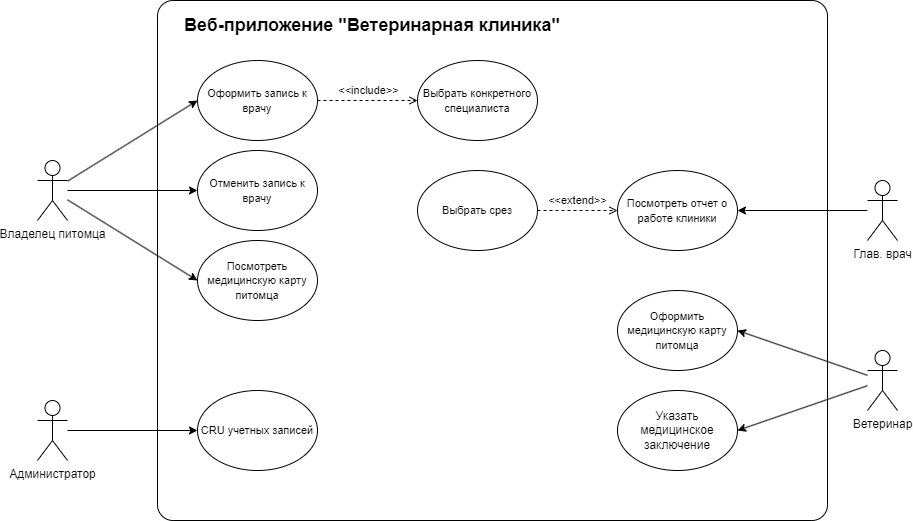
The draw.io diagram Schemes/Диаграмма_вариантов_использования.png in ds-vs/vet-clinic, before a commit. Source tidied: cells renumbered, new cells last; positions are measured from the earlier drawing's top-left corner, leaving out a move shared by most shapes. Source of this version:
```xml
<mxGraphModel>
  <root>
    <mxCell id="0" />
    <mxCell id="1" value="Слой без названия" parent="0" />
    <mxCell id="2" value="Зона действия" parent="0" />
    <mxCell id="3" style="whiteSpace=wrap;html=1;rounded=1;arcSize=3;labelBackgroundColor=none;" parent="2" vertex="1">
      <mxGeometry x="120" width="670" height="520" as="geometry" />
    </mxCell>
    <mxCell id="4" value="&lt;h2&gt;Веб-приложение &quot;Ветеринарная клиника&quot;&lt;/h2&gt;" style="text;html=1;strokeColor=none;fillColor=none;align=center;verticalAlign=middle;whiteSpace=wrap;rounded=0;labelBackgroundColor=none;" parent="2" vertex="1">
      <mxGeometry x="120" y="10" width="430" height="30" as="geometry" />
    </mxCell>
    <mxCell id="5" value="Элементы" parent="0" />
    <mxCell id="6" style="rounded=0;jettySize=auto;html=1;entryX=1;entryY=0.5;entryDx=0;entryDy=0;" parent="5" edge="1" source="8" target="22">
      <mxGeometry relative="1" as="geometry" />
    </mxCell>
    <mxCell id="7" style="rounded=0;jettySize=auto;html=1;entryX=1;entryY=0.5;entryDx=0;entryDy=0;" parent="5" edge="1" source="8" target="24">
      <mxGeometry relative="1" as="geometry" />
    </mxCell>
    <mxCell id="8" value="Ветеринар" style="shape=umlActor;verticalLabelPosition=bottom;verticalAlign=top;html=1;outlineConnect=0;labelBackgroundColor=none;" parent="5" vertex="1">
      <mxGeometry x="830" y="350" width="30" height="60" as="geometry" />
    </mxCell>
    <mxCell id="9" style="rounded=0;jettySize=auto;html=1;entryX=0;entryY=0.5;entryDx=0;entryDy=0;" parent="5" edge="1" source="12" target="15">
      <mxGeometry relative="1" as="geometry" />
    </mxCell>
    <mxCell id="10" style="rounded=0;jettySize=auto;html=1;entryX=0;entryY=0.5;entryDx=0;entryDy=0;" parent="5" edge="1" source="12" target="23">
      <mxGeometry relative="1" as="geometry" />
    </mxCell>
    <mxCell id="11" style="rounded=0;jettySize=auto;html=1;entryX=0;entryY=0.5;entryDx=0;entryDy=0;" parent="5" edge="1" source="12" target="17">
      <mxGeometry relative="1" as="geometry" />
    </mxCell>
    <mxCell id="12" value="Владелец питомца" style="shape=umlActor;verticalLabelPosition=bottom;verticalAlign=top;html=1;outlineConnect=0;labelBackgroundColor=none;" parent="5" vertex="1">
      <mxGeometry y="160" width="30" height="60" as="geometry" />
    </mxCell>
    <mxCell id="13" style="rounded=0;jettySize=auto;html=1;entryX=1;entryY=0.5;entryDx=0;entryDy=0;" parent="5" edge="1" source="14" target="19">
      <mxGeometry relative="1" as="geometry" />
    </mxCell>
    <mxCell id="14" value="Глав. врач" style="shape=umlActor;verticalLabelPosition=bottom;verticalAlign=top;html=1;outlineConnect=0;labelBackgroundColor=none;" parent="5" vertex="1">
      <mxGeometry x="830" y="180" width="30" height="60" as="geometry" />
    </mxCell>
    <mxCell id="15" value="&lt;font style=&quot;font-size: 11px;&quot;&gt;Оформить запись к врачу&lt;/font&gt;" style="ellipse;whiteSpace=wrap;html=1;labelBackgroundColor=none;" parent="5" vertex="1">
      <mxGeometry x="160" y="60" width="120" height="80" as="geometry" />
    </mxCell>
    <mxCell id="16" value="&lt;font style=&quot;font-size: 11px;&quot;&gt;Выбрать конкретного специалиста&lt;/font&gt;" style="ellipse;whiteSpace=wrap;html=1;labelBackgroundColor=none;" parent="5" vertex="1">
      <mxGeometry x="380" y="60" width="120" height="80" as="geometry" />
    </mxCell>
    <mxCell id="17" value="&lt;font style=&quot;font-size: 11px;&quot;&gt;Посмотреть медицинскую карту питомца&lt;/font&gt;" style="ellipse;whiteSpace=wrap;html=1;labelBackgroundColor=none;" parent="5" vertex="1">
      <mxGeometry x="160" y="240" width="120" height="80" as="geometry" />
    </mxCell>
    <mxCell id="18" value="&amp;lt;&amp;lt;include&amp;gt;&amp;gt;" style="edgeStyle=orthogonalEdgeStyle;rounded=0;jettySize=auto;html=1;exitX=1;exitY=0.5;exitDx=0;exitDy=0;entryX=0;entryY=0.5;entryDx=0;entryDy=0;dashed=1;endArrow=open;endFill=0;labelBackgroundColor=none;fontColor=default;" parent="5" edge="1" source="15" target="16">
      <mxGeometry y="10" relative="1" as="geometry" />
    </mxCell>
    <mxCell id="19" value="&lt;font style=&quot;font-size: 11px;&quot;&gt;Посмотреть отчет о работе клиники&lt;/font&gt;" style="ellipse;whiteSpace=wrap;html=1;labelBackgroundColor=none;" parent="5" vertex="1">
      <mxGeometry x="580" y="170" width="120" height="80" as="geometry" />
    </mxCell>
    <mxCell id="20" value="&lt;font style=&quot;font-size: 11px;&quot;&gt;Выбрать срез&lt;/font&gt;" style="ellipse;whiteSpace=wrap;html=1;" parent="5" vertex="1">
      <mxGeometry x="380" y="170" width="120" height="80" as="geometry" />
    </mxCell>
    <mxCell id="21" value="&amp;lt;&amp;lt;extend&amp;gt;&amp;gt;" style="edgeStyle=orthogonalEdgeStyle;rounded=0;jettySize=auto;html=1;exitX=1;exitY=0.5;exitDx=0;exitDy=0;entryX=0;entryY=0.5;entryDx=0;entryDy=0;dashed=1;endArrow=open;endFill=0;labelBackgroundColor=none;fontColor=default;" parent="5" edge="1" source="20" target="19">
      <mxGeometry y="10" relative="1" as="geometry" />
    </mxCell>
    <mxCell id="22" value="&lt;span style=&quot;font-size: 11px;&quot;&gt;Оформить медицинскую карту питомца&lt;/span&gt;" style="ellipse;whiteSpace=wrap;html=1;labelBackgroundColor=none;" parent="5" vertex="1">
      <mxGeometry x="580" y="290" width="120" height="80" as="geometry" />
    </mxCell>
    <mxCell id="23" value="&lt;font style=&quot;font-size: 11px;&quot;&gt;Отменить запись к врачу&lt;/font&gt;" style="ellipse;whiteSpace=wrap;html=1;labelBackgroundColor=none;" parent="5" vertex="1">
      <mxGeometry x="160" y="150" width="120" height="80" as="geometry" />
    </mxCell>
    <mxCell id="24" value="Указать медицинское заключение" style="ellipse;whiteSpace=wrap;html=1;" parent="5" vertex="1">
      <mxGeometry x="580" y="390" width="120" height="80" as="geometry" />
    </mxCell>
    <mxCell id="25" style="edgeStyle=orthogonalEdgeStyle;rounded=0;jettySize=auto;html=1;entryX=0;entryY=0.5;entryDx=0;entryDy=0;" parent="5" edge="1" source="26" target="27">
      <mxGeometry relative="1" as="geometry" />
    </mxCell>
    <mxCell id="26" value="Администратор" style="shape=umlActor;verticalLabelPosition=bottom;verticalAlign=top;html=1;outlineConnect=0;labelBackgroundColor=none;" parent="5" vertex="1">
      <mxGeometry y="400" width="30" height="60" as="geometry" />
    </mxCell>
    <mxCell id="27" value="&lt;font style=&quot;font-size: 11px;&quot;&gt;CRU учетных записей&lt;/font&gt;" style="ellipse;whiteSpace=wrap;html=1;labelBackgroundColor=none;" parent="5" vertex="1">
      <mxGeometry x="160" y="390" width="120" height="80" as="geometry" />
    </mxCell>
  </root>
</mxGraphModel>
```
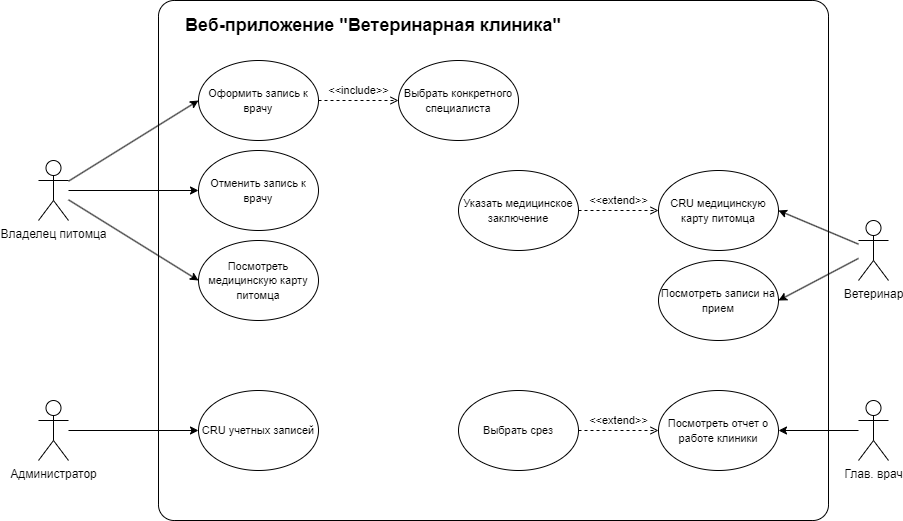
The same file after the commit.

Commit message:
Изменена Use Case диаграмма.

The edit, as a diff of the source:
```diff
@@ -13,11 +13,11 @@
     <mxCell id="6" style="rounded=0;jettySize=auto;html=1;entryX=1;entryY=0.5;entryDx=0;entryDy=0;" parent="5" edge="1" source="8" target="22">
       <mxGeometry relative="1" as="geometry" />
     </mxCell>
-    <mxCell id="7" style="rounded=0;jettySize=auto;html=1;entryX=1;entryY=0.5;entryDx=0;entryDy=0;" parent="5" edge="1" source="8" target="24">
-      <mxGeometry relative="1" as="geometry" />
-    </mxCell>
+    <mxCell id="28" style="rounded=0;jettySize=auto;html=1;entryX=1;entryY=0.5;entryDx=0;entryDy=0;" parent="5" edge="1" source="8" target="30">
+      <mxGeometry relative="1" as="geometry" />
+    </mxCell>
     <mxCell id="8" value="Ветеринар" style="shape=umlActor;verticalLabelPosition=bottom;verticalAlign=top;html=1;outlineConnect=0;labelBackgroundColor=none;" parent="5" vertex="1">
-      <mxGeometry x="830" y="350" width="30" height="60" as="geometry" />
+      <mxGeometry x="820" y="220" width="30" height="60" as="geometry" />
     </mxCell>
     <mxCell id="9" style="rounded=0;jettySize=auto;html=1;entryX=0;entryY=0.5;entryDx=0;entryDy=0;" parent="5" edge="1" source="12" target="15">
       <mxGeometry relative="1" as="geometry" />
@@ -35,13 +35,13 @@
       <mxGeometry relative="1" as="geometry" />
     </mxCell>
     <mxCell id="14" value="Глав. врач" style="shape=umlActor;verticalLabelPosition=bottom;verticalAlign=top;html=1;outlineConnect=0;labelBackgroundColor=none;" parent="5" vertex="1">
-      <mxGeometry x="830" y="180" width="30" height="60" as="geometry" />
+      <mxGeometry x="820" y="400" width="30" height="60" as="geometry" />
     </mxCell>
     <mxCell id="15" value="&lt;font style=&quot;font-size: 11px;&quot;&gt;Оформить запись к врачу&lt;/font&gt;" style="ellipse;whiteSpace=wrap;html=1;labelBackgroundColor=none;" parent="5" vertex="1">
       <mxGeometry x="160" y="60" width="120" height="80" as="geometry" />
     </mxCell>
     <mxCell id="16" value="&lt;font style=&quot;font-size: 11px;&quot;&gt;Выбрать конкретного специалиста&lt;/font&gt;" style="ellipse;whiteSpace=wrap;html=1;labelBackgroundColor=none;" parent="5" vertex="1">
-      <mxGeometry x="380" y="60" width="120" height="80" as="geometry" />
+      <mxGeometry x="360" y="60" width="120" height="80" as="geometry" />
     </mxCell>
     <mxCell id="17" value="&lt;font style=&quot;font-size: 11px;&quot;&gt;Посмотреть медицинскую карту питомца&lt;/font&gt;" style="ellipse;whiteSpace=wrap;html=1;labelBackgroundColor=none;" parent="5" vertex="1">
       <mxGeometry x="160" y="240" width="120" height="80" as="geometry" />
@@ -50,22 +50,22 @@
       <mxGeometry y="10" relative="1" as="geometry" />
     </mxCell>
     <mxCell id="19" value="&lt;font style=&quot;font-size: 11px;&quot;&gt;Посмотреть отчет о работе клиники&lt;/font&gt;" style="ellipse;whiteSpace=wrap;html=1;labelBackgroundColor=none;" parent="5" vertex="1">
-      <mxGeometry x="580" y="170" width="120" height="80" as="geometry" />
+      <mxGeometry x="620" y="390" width="120" height="80" as="geometry" />
     </mxCell>
     <mxCell id="20" value="&lt;font style=&quot;font-size: 11px;&quot;&gt;Выбрать срез&lt;/font&gt;" style="ellipse;whiteSpace=wrap;html=1;" parent="5" vertex="1">
-      <mxGeometry x="380" y="170" width="120" height="80" as="geometry" />
+      <mxGeometry x="420" y="390" width="120" height="80" as="geometry" />
     </mxCell>
     <mxCell id="21" value="&amp;lt;&amp;lt;extend&amp;gt;&amp;gt;" style="edgeStyle=orthogonalEdgeStyle;rounded=0;jettySize=auto;html=1;exitX=1;exitY=0.5;exitDx=0;exitDy=0;entryX=0;entryY=0.5;entryDx=0;entryDy=0;dashed=1;endArrow=open;endFill=0;labelBackgroundColor=none;fontColor=default;" parent="5" edge="1" source="20" target="19">
       <mxGeometry y="10" relative="1" as="geometry" />
     </mxCell>
-    <mxCell id="22" value="&lt;span style=&quot;font-size: 11px;&quot;&gt;Оформить медицинскую карту питомца&lt;/span&gt;" style="ellipse;whiteSpace=wrap;html=1;labelBackgroundColor=none;" parent="5" vertex="1">
-      <mxGeometry x="580" y="290" width="120" height="80" as="geometry" />
+    <mxCell id="22" value="&lt;span style=&quot;font-size: 11px;&quot;&gt;CRU медицинскую карту питомца&lt;/span&gt;" style="ellipse;whiteSpace=wrap;html=1;labelBackgroundColor=none;" parent="5" vertex="1">
+      <mxGeometry x="620" y="170" width="120" height="80" as="geometry" />
     </mxCell>
     <mxCell id="23" value="&lt;font style=&quot;font-size: 11px;&quot;&gt;Отменить запись к врачу&lt;/font&gt;" style="ellipse;whiteSpace=wrap;html=1;labelBackgroundColor=none;" parent="5" vertex="1">
       <mxGeometry x="160" y="150" width="120" height="80" as="geometry" />
     </mxCell>
-    <mxCell id="24" value="Указать медицинское заключение" style="ellipse;whiteSpace=wrap;html=1;" parent="5" vertex="1">
-      <mxGeometry x="580" y="390" width="120" height="80" as="geometry" />
+    <mxCell id="24" value="&lt;font style=&quot;font-size: 11px;&quot;&gt;Указать медицинское заключение&lt;/font&gt;" style="ellipse;whiteSpace=wrap;html=1;" parent="5" vertex="1">
+      <mxGeometry x="420" y="170" width="120" height="80" as="geometry" />
     </mxCell>
     <mxCell id="25" style="edgeStyle=orthogonalEdgeStyle;rounded=0;jettySize=auto;html=1;entryX=0;entryY=0.5;entryDx=0;entryDy=0;" parent="5" edge="1" source="26" target="27">
       <mxGeometry relative="1" as="geometry" />
@@ -76,5 +76,11 @@
     <mxCell id="27" value="&lt;font style=&quot;font-size: 11px;&quot;&gt;CRU учетных записей&lt;/font&gt;" style="ellipse;whiteSpace=wrap;html=1;labelBackgroundColor=none;" parent="5" vertex="1">
       <mxGeometry x="160" y="390" width="120" height="80" as="geometry" />
     </mxCell>
+    <mxCell id="29" value="&amp;lt;&amp;lt;extend&amp;gt;&amp;gt;" style="edgeStyle=orthogonalEdgeStyle;rounded=0;jettySize=auto;html=1;exitX=1;exitY=0.5;exitDx=0;exitDy=0;dashed=1;endArrow=open;endFill=0;labelBackgroundColor=none;fontColor=default;entryX=0;entryY=0.5;entryDx=0;entryDy=0;" parent="5" edge="1" source="24" target="22">
+      <mxGeometry y="10" relative="1" as="geometry" />
+    </mxCell>
+    <mxCell id="30" value="&lt;span style=&quot;font-size: 11px;&quot;&gt;Посмотреть записи на прием&lt;/span&gt;" style="ellipse;whiteSpace=wrap;html=1;labelBackgroundColor=none;" parent="5" vertex="1">
+      <mxGeometry x="620" y="260" width="120" height="80" as="geometry" />
+    </mxCell>
   </root>
 </mxGraphModel>
```
